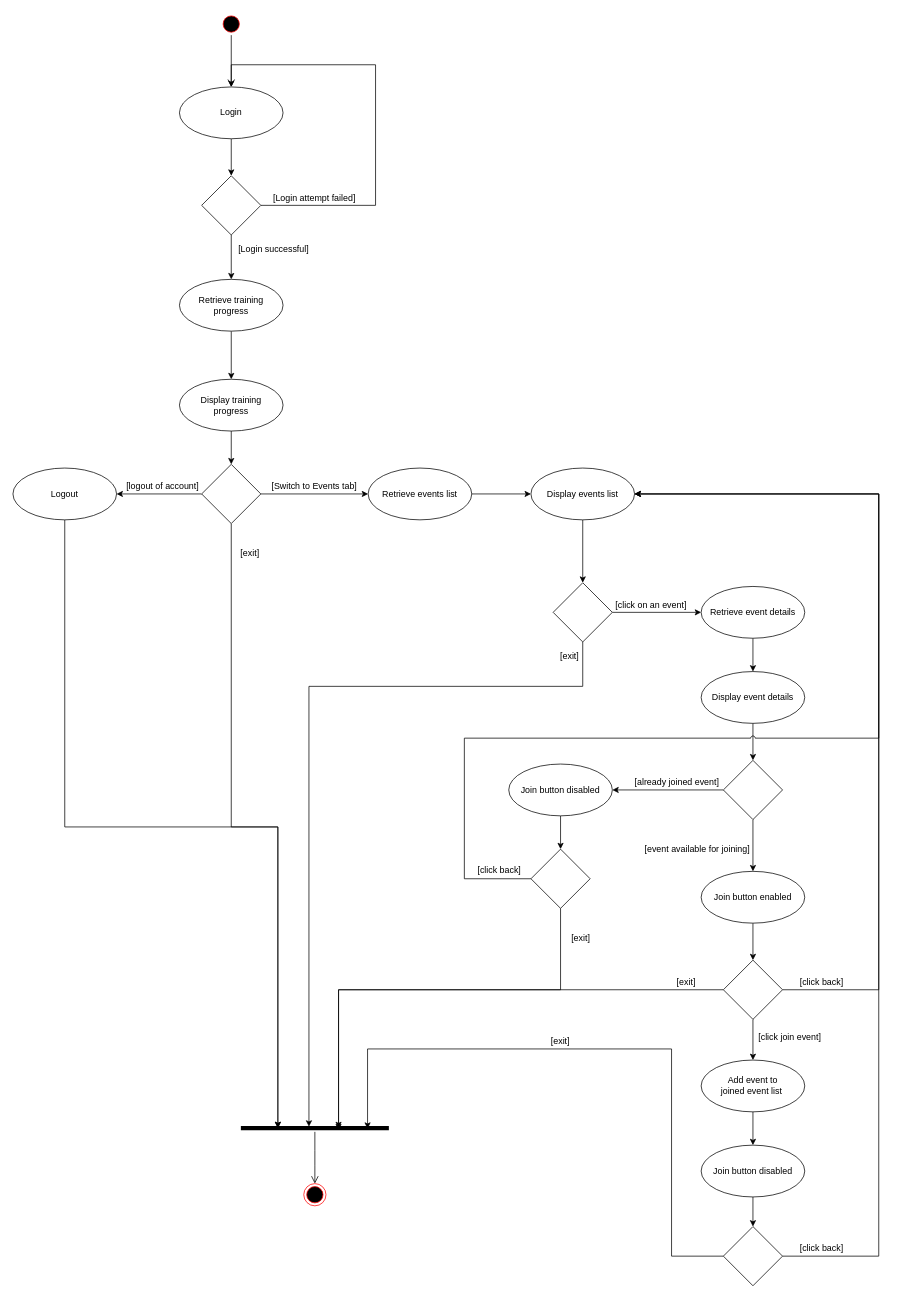
frostyseb/ITDP keeps this draw.io diagram as page "Activity Diagram - Participant Module" (6 of 8) of DellEvent.drawio. Above is the earlier version. Source tidied: cells renumbered, new cells numbered last; positions are measured from the earlier drawing's top-left corner, leaving out a move shared by most shapes. Both pictures are drawn from the tidied source at 74%, with x=0, y=0 at pixel (13, 13).
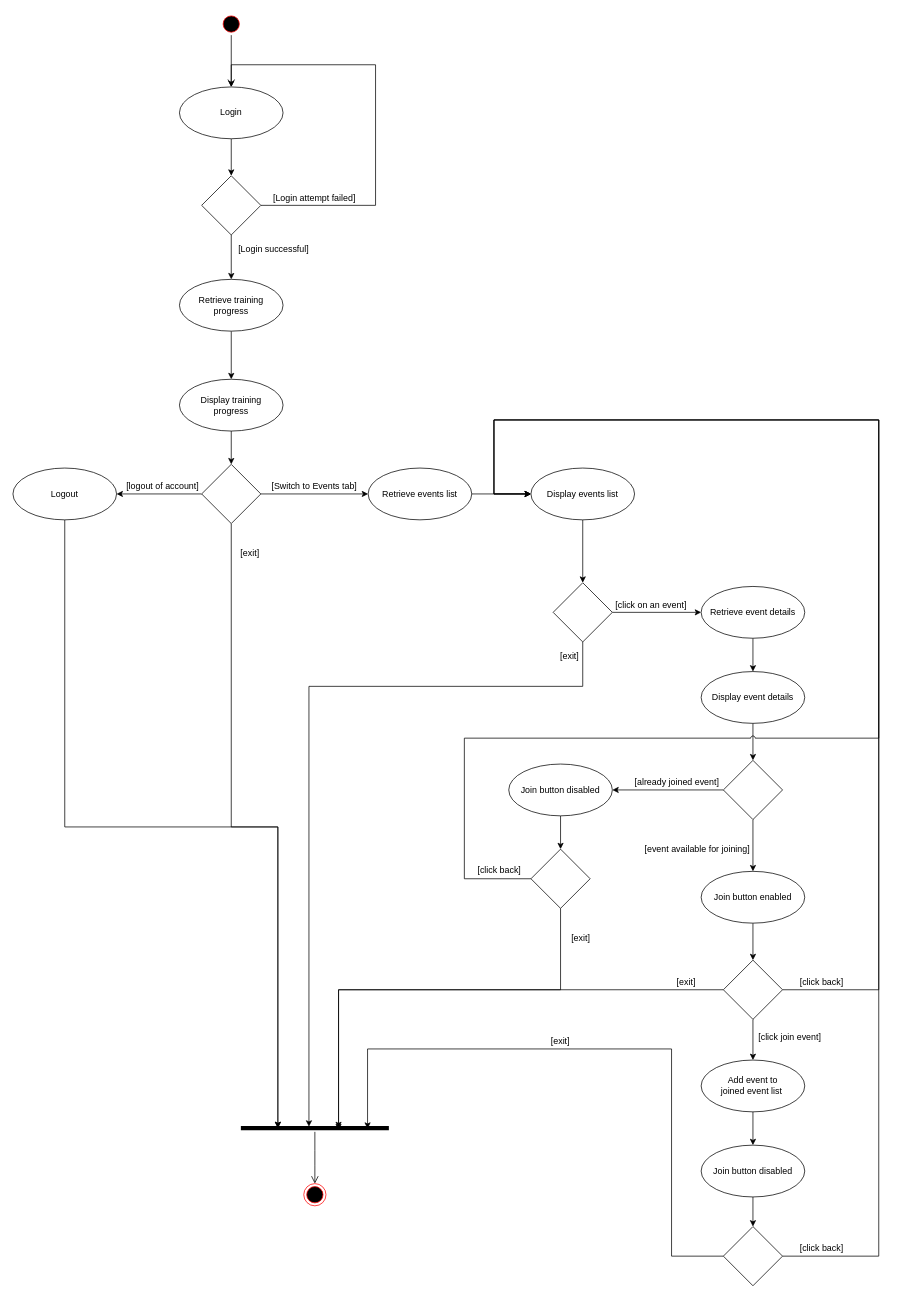
After the change.

Unchanged cells that the change refers to:
```xml
<mxCell id="7" value="Display events list" style="ellipse;whiteSpace=wrap;html=1;" parent="1" vertex="1">
  <mxGeometry x="700" y="615" width="140" height="70" as="geometry" />
</mxCell>
<mxCell id="51" style="rhombus;whiteSpace=wrap;html=1;strokeColor=#000000;" parent="1" vertex="1">
  <mxGeometry x="960" y="1280" width="80" height="80" as="geometry" />
</mxCell>
<mxCell id="59" style="rhombus;whiteSpace=wrap;html=1;strokeColor=#000000;" parent="1" vertex="1">
  <mxGeometry x="960" y="1640" width="80" height="80" as="geometry" />
</mxCell>
<mxCell id="67" style="rhombus;whiteSpace=wrap;html=1;strokeColor=#000000;" parent="1" vertex="1">
  <mxGeometry x="700" y="1130" width="80" height="80" as="geometry" />
</mxCell>
```

Change to the diagram source:
```diff
@@
-    <mxCell id="49" style="edgeStyle=orthogonalEdgeStyle;rounded=0;jettySize=auto;html=1;exitX=1;exitY=0.5;exitDx=0;exitDy=0;entryX=1;entryY=0.5;entryDx=0;entryDy=0;" parent="1" edge="1" source="51" target="7">
+    <mxCell id="49" style="edgeStyle=orthogonalEdgeStyle;rounded=0;jettySize=auto;html=1;exitX=1;exitY=0.5;exitDx=0;exitDy=0;entryX=0;entryY=0.5;entryDx=0;entryDy=0;" parent="1" edge="1" source="51" target="7">
       <mxGeometry relative="1" as="geometry">
         <Array as="points">
           <mxPoint x="1170" y="1320" />
-          <mxPoint x="1170" y="650" />
+          <mxPoint x="1170" y="550" />
+          <mxPoint x="650" y="550" />
+          <mxPoint x="650" y="650" />
         </Array>
       </mxGeometry>
     </mxCell>
@@
-    <mxCell id="57" style="edgeStyle=orthogonalEdgeStyle;rounded=0;jettySize=auto;html=1;exitX=1;exitY=0.5;exitDx=0;exitDy=0;entryX=1;entryY=0.5;entryDx=0;entryDy=0;" parent="1" edge="1" source="59" target="7">
+    <mxCell id="57" style="edgeStyle=orthogonalEdgeStyle;rounded=0;jettySize=auto;html=1;exitX=1;exitY=0.5;exitDx=0;exitDy=0;entryX=0;entryY=0.5;entryDx=0;entryDy=0;" parent="1" edge="1" source="59" target="7">
       <mxGeometry relative="1" as="geometry">
         <Array as="points">
           <mxPoint x="1170" y="1680" />
-          <mxPoint x="1170" y="650" />
+          <mxPoint x="1170" y="550" />
+          <mxPoint x="650" y="550" />
+          <mxPoint x="650" y="650" />
         </Array>
       </mxGeometry>
     </mxCell>
@@
-    <mxCell id="66" style="edgeStyle=orthogonalEdgeStyle;rounded=0;jettySize=auto;html=1;exitX=0;exitY=0.5;exitDx=0;exitDy=0;entryX=1;entryY=0.5;entryDx=0;entryDy=0;jumpStyle=arc;" parent="1" edge="1" source="67" target="7">
+    <mxCell id="66" style="edgeStyle=orthogonalEdgeStyle;rounded=0;jettySize=auto;html=1;exitX=0;exitY=0.5;exitDx=0;exitDy=0;entryX=0;entryY=0.5;entryDx=0;entryDy=0;jumpStyle=arc;" parent="1" edge="1" source="67" target="7">
       <mxGeometry relative="1" as="geometry">
         <Array as="points">
           <mxPoint x="610" y="1170" />
           <mxPoint x="610" y="980" />
           <mxPoint x="1170" y="980" />
-          <mxPoint x="1170" y="650" />
+          <mxPoint x="1170" y="550" />
+          <mxPoint x="650" y="550" />
+          <mxPoint x="650" y="650" />
         </Array>
       </mxGeometry>
     </mxCell>
```
